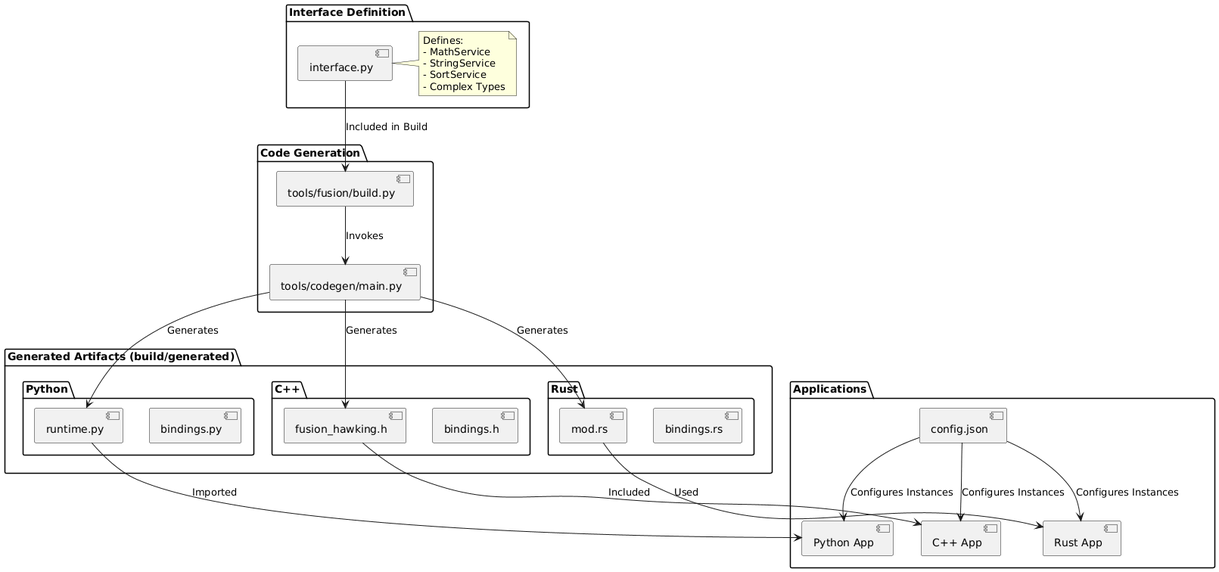
Above: docs/images/integrated_apps_workflow.png in arunj123/fusion-hawking (PlantUML), before the change. Source of this version:
```plantuml
@startuml
skinparam componentStyle uml2

package "Interface Definition" {
    [interface.py] as IDL
    note right of IDL
        Defines:
        - MathService
        - StringService
        - SortService
        - Complex Types
    end note
}

package "Code Generation" {
    [tools/codegen/main.py] as CodeGen
    [tools/fusion/build.py] as Builder
}

package "Generated Artifacts (build/generated)" {
    folder "Python" {
        [runtime.py] as PyGen
        [bindings.py] as PyBindings
    }
    folder "C++" {
        [fusion_hawking.h] as CppGen
        [bindings.h] as CppBindings
    }
    folder "Rust" {
        [mod.rs] as RustGen
        [bindings.rs] as RustBindings
    }
}

package "Applications" {
    [Python App] as PyApp
    [C++ App] as CppApp
    [Rust App] as RustApp

    [config.json] as Config
}

IDL --> Builder : Included in Build
Builder --> CodeGen : Invokes
CodeGen --> PyGen : Generates
CodeGen --> CppGen : Generates
CodeGen --> RustGen : Generates

PyGen --> PyApp : Imported
CppGen --> CppApp : Included
RustGen --> RustApp : Used

Config --> PyApp : Configures Instances
Config --> CppApp : Configures Instances
Config --> RustApp : Configures Instances
@enduml
```
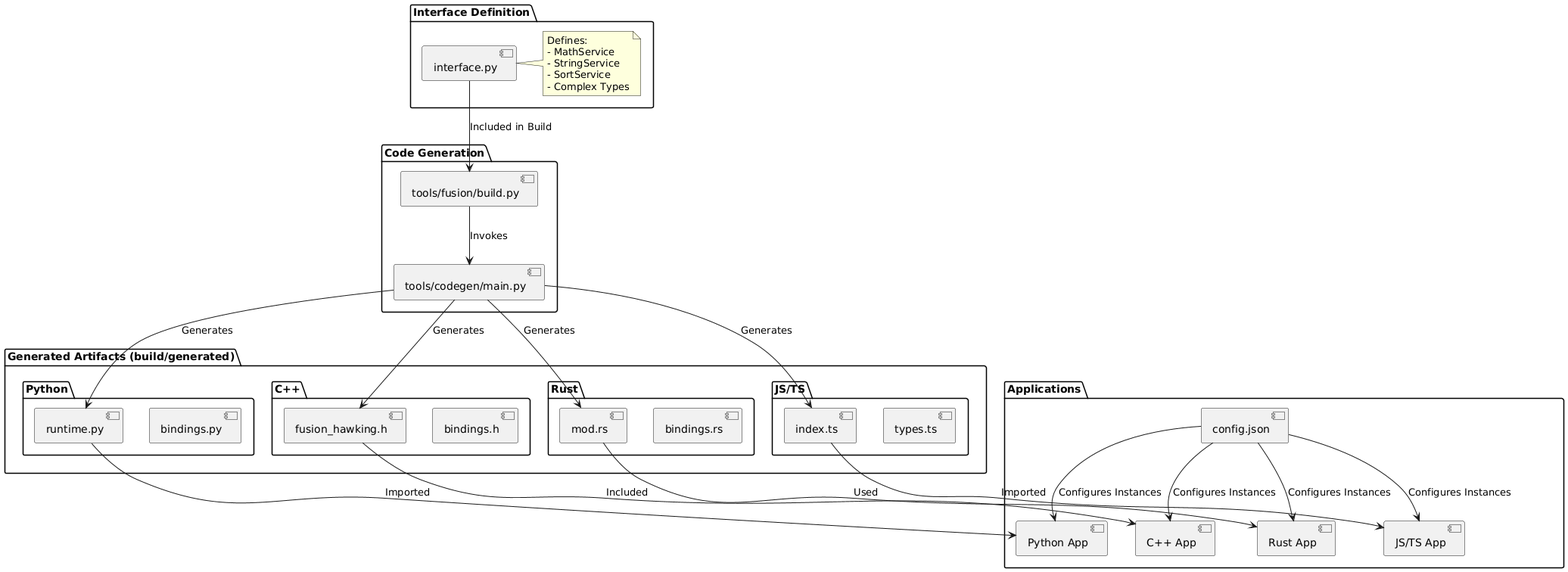
After the commit.

Diff of the diagram source:
```diff
@@ -30,12 +30,17 @@
         [mod.rs] as RustGen
         [bindings.rs] as RustBindings
     }
+    folder "JS/TS" {
+        [index.ts] as JsGen
+        [types.ts] as JsBindings
+    }
 }
 
 package "Applications" {
     [Python App] as PyApp
     [C++ App] as CppApp
     [Rust App] as RustApp
+    [JS/TS App] as JsApp
 
     [config.json] as Config
 }
@@ -45,12 +50,15 @@
 CodeGen --> PyGen : Generates
 CodeGen --> CppGen : Generates
 CodeGen --> RustGen : Generates
+CodeGen --> JsGen : Generates
 
 PyGen --> PyApp : Imported
 CppGen --> CppApp : Included
 RustGen --> RustApp : Used
+JsGen --> JsApp : Imported
 
 Config --> PyApp : Configures Instances
 Config --> CppApp : Configures Instances
 Config --> RustApp : Configures Instances
+Config --> JsApp : Configures Instances
 @enduml
```
